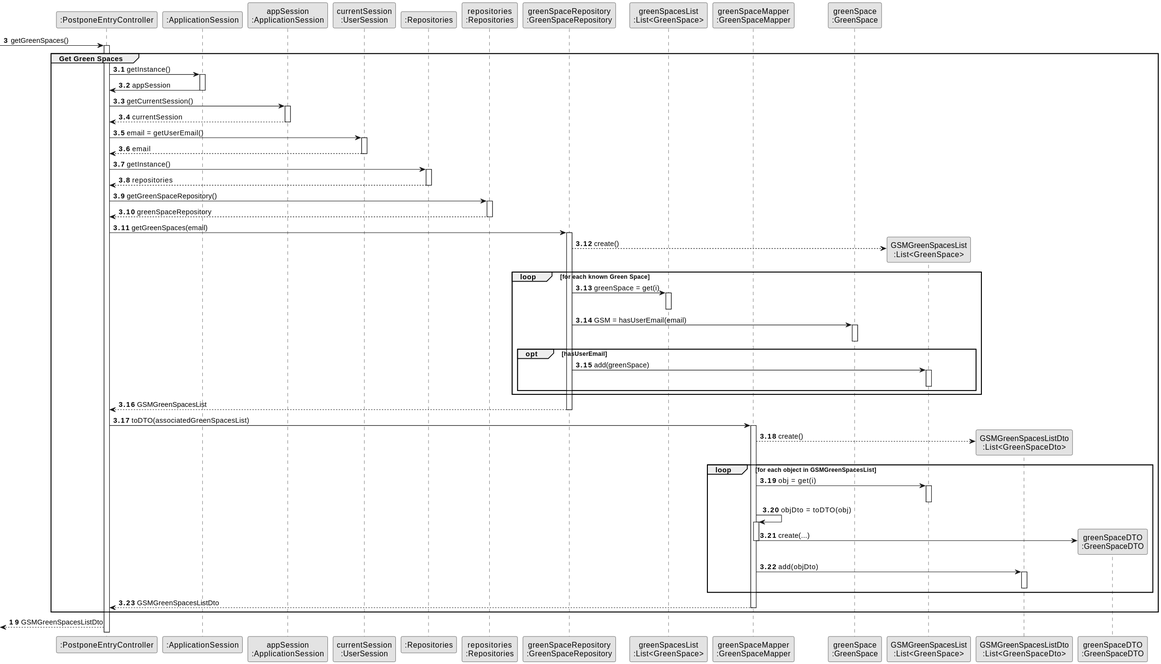
Departamento-de-Engenharia-Informatica/lei-24-s2-1dm-g132 keeps this PlantUML diagram as docs/sprintC/us024/03.design/svg/us024-sequence-diagram-partial-get-green-spaces.svg. Above is the earlier version.
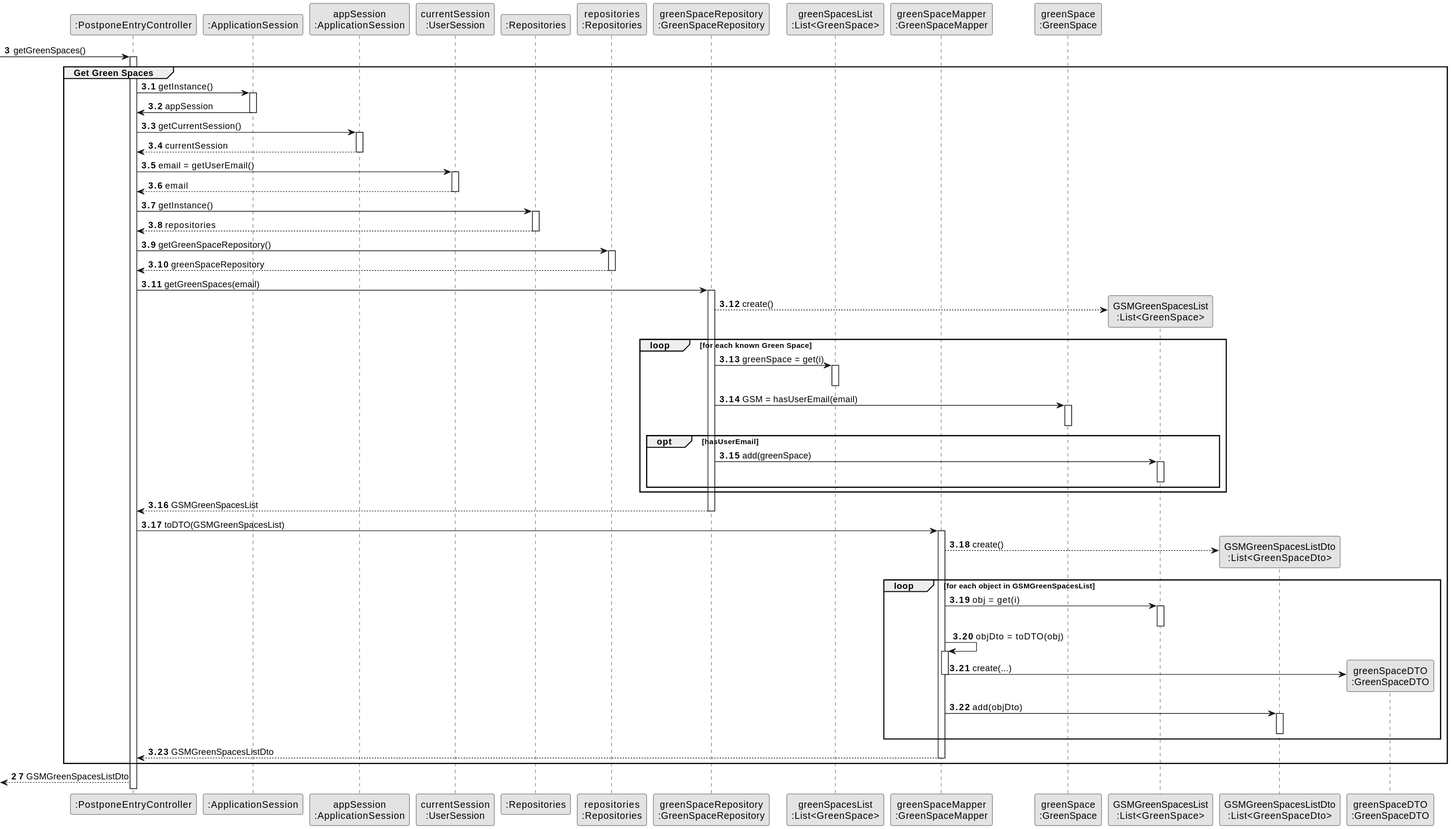
After the commit.

The edit, as a diff of the source:
```diff
@@ -80,7 +80,7 @@
            GreenSpaceRepository --> CTRL : GSMGreenSpacesList
            deactivate GreenSpaceRepository
 
-           CTRL -> GreenSpaceMapper : toDTO(associatedGreenSpacesList)
+           CTRL -> GreenSpaceMapper : toDTO(GSMGreenSpacesList)
            activate GreenSpaceMapper
 
            GreenSpaceMapper --> GSMGreenSpacesListDto** : create()
@@ -109,6 +109,6 @@
 
 
 end group
-autonumber 19
+autonumber 27
 <-- CTRL : GSMGreenSpacesListDto
 @enduml
```
